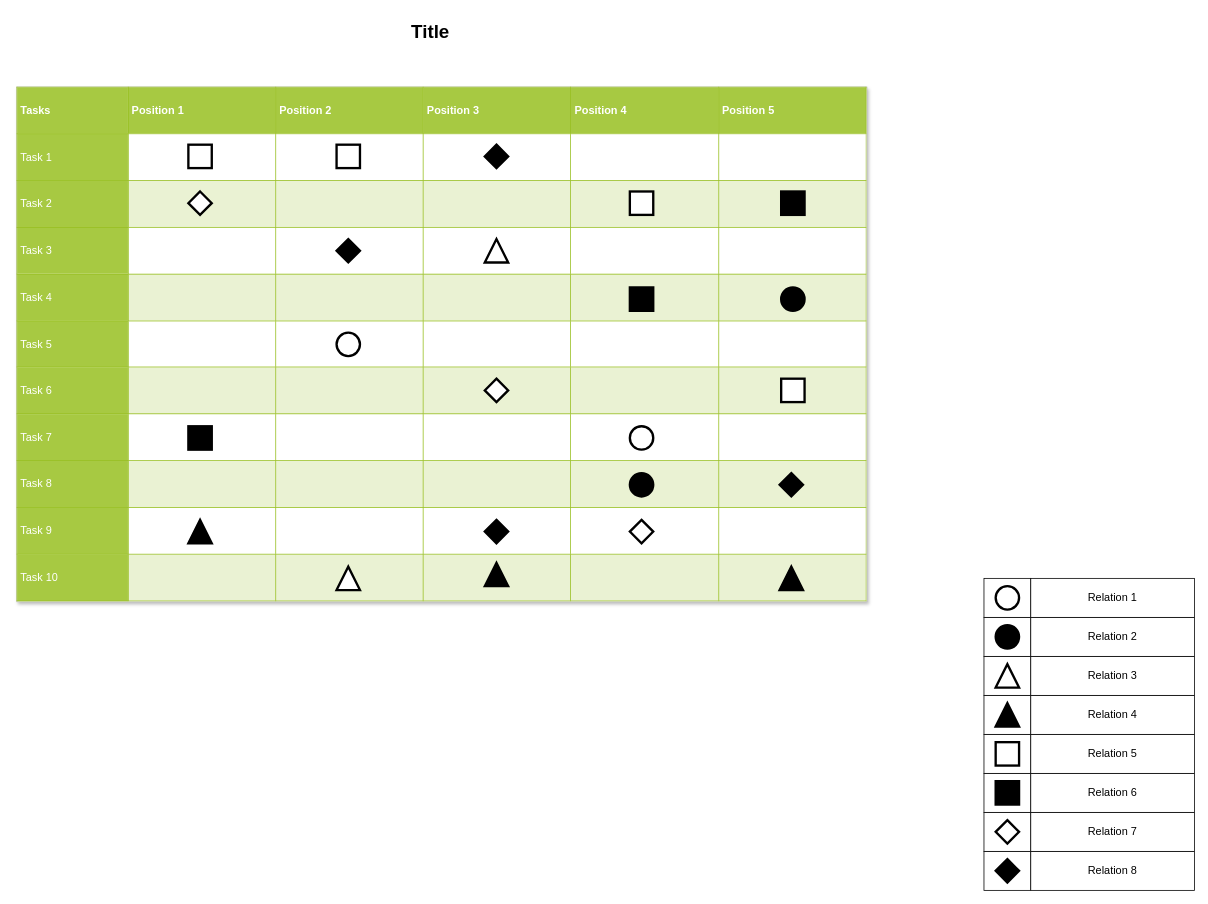
This is redis VS memcache.drawio from wallcwr/xiaoliangbianchenghui, a draw.io file, before an edit. Source tidied: cells renumbered, new cells numbered last; positions are measured from the earlier drawing's top-left corner, leaving out a move shared by most shapes. Both pictures are drawn from the tidied source at 78%, with x=0, y=0 at pixel (16, 16).
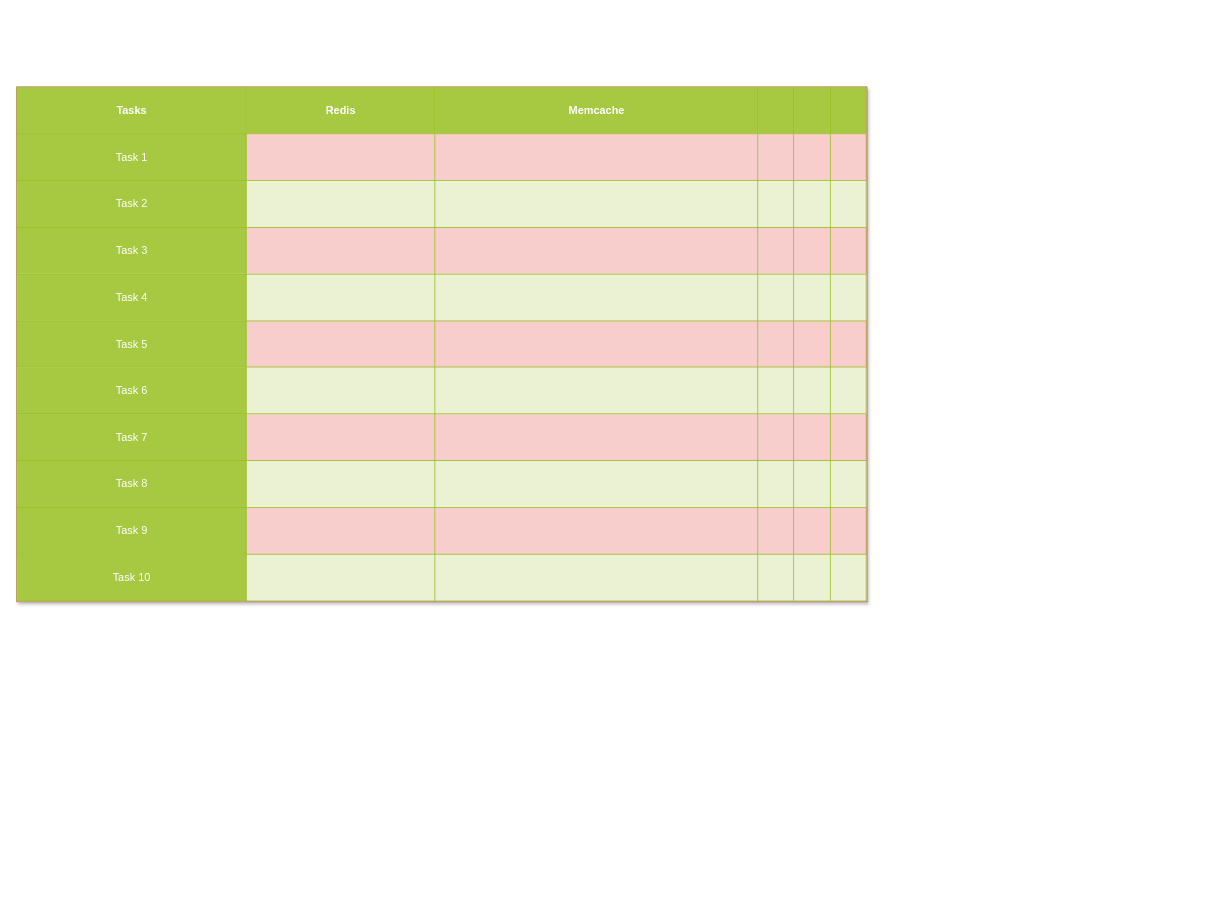
The same page after the edit.

Change to the diagram source:
```diff
@@
-    <mxCell id="2" style="whiteSpace=wrap;html=1;rounded=0;shadow=0;strokeWidth=1;fontSize=14;" parent="1" vertex="1">
-      <mxGeometry x="1240" y="1070" width="60" height="50" as="geometry" />
-    </mxCell>
-    <mxCell id="3" value="Relation 8" style="whiteSpace=wrap;html=1;rounded=0;shadow=0;strokeWidth=1;fontSize=14;" parent="1" vertex="1">
-      <mxGeometry x="1300" y="1070" width="210" height="50" as="geometry" />
-    </mxCell>
-    <mxCell id="4" style="rhombus;whiteSpace=wrap;html=1;rounded=0;shadow=0;strokeWidth=3;fillColor=#000000;fontSize=14;" parent="1" vertex="1">
-      <mxGeometry x="1255" y="1080" width="30" height="30" as="geometry" />
-    </mxCell>
-    <mxCell id="5" style="whiteSpace=wrap;html=1;rounded=0;shadow=0;strokeWidth=1;fontSize=14;" parent="1" vertex="1">
-      <mxGeometry x="1240" y="1020" width="60" height="50" as="geometry" />
-    </mxCell>
-    <mxCell id="6" value="Relation 7" style="whiteSpace=wrap;html=1;rounded=0;shadow=0;strokeWidth=1;fontSize=14;" parent="1" vertex="1">
-      <mxGeometry x="1300" y="1020" width="210" height="50" as="geometry" />
-    </mxCell>
-    <mxCell id="7" style="whiteSpace=wrap;html=1;rounded=0;shadow=0;strokeWidth=1;fontSize=14;" parent="1" vertex="1">
-      <mxGeometry x="1240" y="970" width="60" height="50" as="geometry" />
-    </mxCell>
-    <mxCell id="8" value="Relation 6" style="whiteSpace=wrap;html=1;rounded=0;shadow=0;strokeWidth=1;fontSize=14;" parent="1" vertex="1">
-      <mxGeometry x="1300" y="970" width="210" height="50" as="geometry" />
-    </mxCell>
-    <mxCell id="9" style="whiteSpace=wrap;html=1;rounded=0;shadow=0;strokeWidth=1;fontSize=14;" parent="1" vertex="1">
-      <mxGeometry x="1240" y="920" width="60" height="50" as="geometry" />
-    </mxCell>
-    <mxCell id="10" value="Relation 5" style="whiteSpace=wrap;html=1;rounded=0;shadow=0;strokeWidth=1;fontSize=14;" parent="1" vertex="1">
-      <mxGeometry x="1300" y="920" width="210" height="50" as="geometry" />
-    </mxCell>
-    <mxCell id="11" style="whiteSpace=wrap;html=1;rounded=0;shadow=0;strokeWidth=1;fontSize=14;" parent="1" vertex="1">
-      <mxGeometry x="1240" y="870" width="60" height="50" as="geometry" />
-    </mxCell>
-    <mxCell id="12" value="Relation 4" style="whiteSpace=wrap;html=1;rounded=0;shadow=0;strokeWidth=1;fontSize=14;" parent="1" vertex="1">
-      <mxGeometry x="1300" y="870" width="210" height="50" as="geometry" />
-    </mxCell>
-    <mxCell id="13" style="whiteSpace=wrap;html=1;rounded=0;shadow=0;strokeWidth=1;fontSize=14;" parent="1" vertex="1">
-      <mxGeometry x="1240" y="820" width="60" height="50" as="geometry" />
-    </mxCell>
-    <mxCell id="14" value="Relation 3" style="whiteSpace=wrap;html=1;rounded=0;shadow=0;strokeWidth=1;fontSize=14;" parent="1" vertex="1">
-      <mxGeometry x="1300" y="820" width="210" height="50" as="geometry" />
-    </mxCell>
-    <mxCell id="15" style="whiteSpace=wrap;html=1;rounded=0;shadow=0;strokeWidth=1;fontSize=14;" parent="1" vertex="1">
-      <mxGeometry x="1240" y="770" width="60" height="50" as="geometry" />
-    </mxCell>
-    <mxCell id="16" value="Relation 2" style="whiteSpace=wrap;html=1;rounded=0;shadow=0;strokeWidth=1;fontSize=14;" parent="1" vertex="1">
-      <mxGeometry x="1300" y="770" width="210" height="50" as="geometry" />
-    </mxCell>
-    <mxCell id="17" style="whiteSpace=wrap;html=1;rounded=0;shadow=0;strokeWidth=1;fontSize=14;" parent="1" vertex="1">
-      <mxGeometry x="1240" y="720" width="60" height="50" as="geometry" />
-    </mxCell>
-    <mxCell id="18" value="Relation 1" style="whiteSpace=wrap;html=1;rounded=0;shadow=0;strokeWidth=1;fontSize=14;" parent="1" vertex="1">
-      <mxGeometry x="1300" y="720" width="210" height="50" as="geometry" />
-    </mxCell>
-    <mxCell id="19" value="&lt;table border=&quot;1&quot; width=&quot;100%&quot; cellpadding=&quot;4&quot; style=&quot;width: 100% ; height: 100% ; border-collapse: collapse&quot;&gt;&lt;tbody&gt;&lt;tr style=&quot;background-color: #a7c942 ; color: #ffffff ; border: 1px solid #98bf21&quot;&gt;&lt;th&gt;Tasks&lt;/th&gt;&lt;th&gt;Position 1&lt;/th&gt;&lt;th&gt;Position 2&lt;/th&gt;&lt;th&gt;Position 3&lt;/th&gt;&lt;th&gt;Position 4&lt;/th&gt;&lt;th&gt;Position 5&lt;/th&gt;&lt;/tr&gt;&lt;tr style=&quot;border: 1px solid #98bf21&quot;&gt;&lt;td style=&quot;background-color: #a7c942 ; color: #ffffff ; border: 1px solid #98bf21&quot;&gt;Task 1&lt;/td&gt;&lt;td&gt;&lt;/td&gt;&lt;td&gt;&lt;/td&gt;&lt;td&gt;&lt;br&gt;&lt;/td&gt;&lt;td&gt;&lt;br&gt;&lt;/td&gt;&lt;td&gt;&lt;br&gt;&lt;/td&gt;&lt;/tr&gt;&lt;tr style=&quot;background-color: #eaf2d3 ; border: 1px solid #98bf21&quot;&gt;&lt;td style=&quot;background-color: #a7c942 ; color: #ffffff ; border: 1px solid #98bf21&quot;&gt;Task 2&lt;/td&gt;&lt;td&gt;&lt;/td&gt;&lt;td&gt;&lt;/td&gt;&lt;td&gt;&lt;br&gt;&lt;/td&gt;&lt;td&gt;&lt;br&gt;&lt;/td&gt;&lt;td&gt;&lt;br&gt;&lt;/td&gt;&lt;/tr&gt;&lt;tr style=&quot;border: 1px solid #98bf21&quot;&gt;&lt;td style=&quot;background-color: #a7c942 ; color: #ffffff ; border: 1px solid #98bf21&quot;&gt;Task 3&lt;/td&gt;&lt;td&gt;&lt;/td&gt;&lt;td&gt;&lt;/td&gt;&lt;td&gt;&lt;br&gt;&lt;/td&gt;&lt;td&gt;&lt;br&gt;&lt;/td&gt;&lt;td&gt;&lt;br&gt;&lt;/td&gt;&lt;/tr&gt;&lt;tr style=&quot;background-color: #eaf2d3 ; border: 1px solid #98bf21&quot;&gt;&lt;td style=&quot;background-color: #a7c942 ; color: #ffffff ; border: 1px solid #98bf21&quot;&gt;Task 4&lt;/td&gt;&lt;td&gt;&lt;/td&gt;&lt;td&gt;&lt;/td&gt;&lt;td&gt;&lt;br&gt;&lt;/td&gt;&lt;td&gt;&lt;br&gt;&lt;/td&gt;&lt;td&gt;&lt;br&gt;&lt;/td&gt;&lt;/tr&gt;&lt;tr style=&quot;border: 1px solid #98bf21&quot;&gt;&lt;td style=&quot;background-color: #a7c942 ; color: #ffffff ; border: 1px solid #98bf21&quot;&gt;Task 5&lt;br&gt;&lt;/td&gt;&lt;td&gt;&lt;br&gt;&lt;/td&gt;&lt;td&gt;&lt;br&gt;&lt;/td&gt;&lt;td&gt;&lt;br&gt;&lt;/td&gt;&lt;td&gt;&lt;br&gt;&lt;/td&gt;&lt;td&gt;&lt;br&gt;&lt;/td&gt;&lt;/tr&gt;&lt;tr style=&quot;background-color: #eaf2d3 ; border: 1px solid #98bf21&quot;&gt;&lt;td style=&quot;background-color: #a7c942 ; color: #ffffff ; border: 1px solid #98bf21&quot;&gt;Task 6&lt;br&gt;&lt;/td&gt;&lt;td&gt;&lt;br&gt;&lt;/td&gt;&lt;td&gt;&lt;br&gt;&lt;/td&gt;&lt;td&gt;&lt;br&gt;&lt;/td&gt;&lt;td&gt;&lt;br&gt;&lt;/td&gt;&lt;td&gt;&lt;br&gt;&lt;/td&gt;&lt;/tr&gt;&lt;tr style=&quot;border: 1px solid #98bf21&quot;&gt;&lt;td style=&quot;background-color: #a7c942 ; color: #ffffff ; border: 1px solid #98bf21&quot;&gt;Task 7&lt;br&gt;&lt;/td&gt;&lt;td&gt;&lt;br&gt;&lt;/td&gt;&lt;td&gt;&lt;br&gt;&lt;/td&gt;&lt;td&gt;&lt;br&gt;&lt;/td&gt;&lt;td&gt;&lt;br&gt;&lt;/td&gt;&lt;td&gt;&lt;br&gt;&lt;/td&gt;&lt;/tr&gt;&lt;tr style=&quot;background-color: #eaf2d3 ; border: 1px solid #98bf21&quot;&gt;&lt;td style=&quot;background-color: #a7c942 ; color: #ffffff ; border: 1px solid #98bf21&quot;&gt;Task 8&lt;br&gt;&lt;/td&gt;&lt;td&gt;&lt;br&gt;&lt;/td&gt;&lt;td&gt;&lt;br&gt;&lt;/td&gt;&lt;td&gt;&lt;br&gt;&lt;/td&gt;&lt;td&gt;&lt;br&gt;&lt;/td&gt;&lt;td&gt;&lt;br&gt;&lt;/td&gt;&lt;/tr&gt;&lt;tr style=&quot;border: 1px solid #98bf21&quot;&gt;&lt;td style=&quot;background-color: #a7c942 ; color: #ffffff ; border: 1px solid #98bf21&quot;&gt;Task 9&lt;br&gt;&lt;/td&gt;&lt;td&gt;&lt;br&gt;&lt;/td&gt;&lt;td&gt;&lt;br&gt;&lt;/td&gt;&lt;td&gt;&lt;br&gt;&lt;/td&gt;&lt;td&gt;&lt;br&gt;&lt;/td&gt;&lt;td&gt;&lt;br&gt;&lt;/td&gt;&lt;/tr&gt;&lt;tr style=&quot;background-color: #eaf2d3 ; border: 1px solid #98bf21&quot;&gt;&lt;td style=&quot;background-color: #a7c942 ; color: #ffffff ; border: 1px solid #98bf21&quot;&gt;Task 10&lt;br&gt;&lt;/td&gt;&lt;td&gt;&lt;br&gt;&lt;/td&gt;&lt;td&gt;&lt;br&gt;&lt;/td&gt;&lt;td&gt;&lt;br&gt;&lt;/td&gt;&lt;td&gt;&lt;br&gt;&lt;/td&gt;&lt;td&gt;&lt;br&gt;&lt;/td&gt;&lt;/tr&gt;&lt;/tbody&gt;&lt;/table&gt;" style="text;html=1;strokeColor=#c0c0c0;fillColor=#ffffff;overflow=fill;rounded=0;shadow=1;fontSize=14;fontColor=#000000;" parent="1" vertex="1">
+    <mxCell id="19" value="&lt;table border=&quot;1&quot; width=&quot;100%&quot; cellpadding=&quot;4&quot; style=&quot;width: 100% ; height: 100% ; border-collapse: collapse&quot;&gt;&lt;tbody&gt;&lt;tr style=&quot;background-color: #a7c942 ; color: #ffffff ; border: 1px solid #98bf21&quot;&gt;&lt;th&gt;Tasks&lt;/th&gt;&lt;th&gt;Redis&lt;/th&gt;&lt;th&gt;Memcache&lt;/th&gt;&lt;th&gt;&lt;br&gt;&lt;/th&gt;&lt;th&gt;&lt;br&gt;&lt;/th&gt;&lt;th&gt;&lt;/th&gt;&lt;/tr&gt;&lt;tr style=&quot;border: 1px solid #98bf21&quot;&gt;&lt;td style=&quot;background-color: #a7c942 ; color: #ffffff ; border: 1px solid #98bf21&quot;&gt;Task 1&lt;/td&gt;&lt;td&gt;&lt;/td&gt;&lt;td&gt;&lt;/td&gt;&lt;td&gt;&lt;br&gt;&lt;/td&gt;&lt;td&gt;&lt;br&gt;&lt;/td&gt;&lt;td&gt;&lt;br&gt;&lt;/td&gt;&lt;/tr&gt;&lt;tr style=&quot;background-color: #eaf2d3 ; border: 1px solid #98bf21&quot;&gt;&lt;td style=&quot;background-color: #a7c942 ; color: #ffffff ; border: 1px solid #98bf21&quot;&gt;Task 2&lt;/td&gt;&lt;td&gt;&lt;/td&gt;&lt;td&gt;&lt;/td&gt;&lt;td&gt;&lt;br&gt;&lt;/td&gt;&lt;td&gt;&lt;br&gt;&lt;/td&gt;&lt;td&gt;&lt;br&gt;&lt;/td&gt;&lt;/tr&gt;&lt;tr style=&quot;border: 1px solid #98bf21&quot;&gt;&lt;td style=&quot;background-color: #a7c942 ; color: #ffffff ; border: 1px solid #98bf21&quot;&gt;Task 3&lt;/td&gt;&lt;td&gt;&lt;/td&gt;&lt;td&gt;&lt;/td&gt;&lt;td&gt;&lt;br&gt;&lt;/td&gt;&lt;td&gt;&lt;br&gt;&lt;/td&gt;&lt;td&gt;&lt;br&gt;&lt;/td&gt;&lt;/tr&gt;&lt;tr style=&quot;background-color: #eaf2d3 ; border: 1px solid #98bf21&quot;&gt;&lt;td style=&quot;background-color: #a7c942 ; color: #ffffff ; border: 1px solid #98bf21&quot;&gt;Task 4&lt;/td&gt;&lt;td&gt;&lt;/td&gt;&lt;td&gt;&lt;/td&gt;&lt;td&gt;&lt;br&gt;&lt;/td&gt;&lt;td&gt;&lt;br&gt;&lt;/td&gt;&lt;td&gt;&lt;br&gt;&lt;/td&gt;&lt;/tr&gt;&lt;tr style=&quot;border: 1px solid #98bf21&quot;&gt;&lt;td style=&quot;background-color: #a7c942 ; color: #ffffff ; border: 1px solid #98bf21&quot;&gt;Task 5&lt;br&gt;&lt;/td&gt;&lt;td&gt;&lt;br&gt;&lt;/td&gt;&lt;td&gt;&lt;br&gt;&lt;/td&gt;&lt;td&gt;&lt;br&gt;&lt;/td&gt;&lt;td&gt;&lt;br&gt;&lt;/td&gt;&lt;td&gt;&lt;br&gt;&lt;/td&gt;&lt;/tr&gt;&lt;tr style=&quot;background-color: #eaf2d3 ; border: 1px solid #98bf21&quot;&gt;&lt;td style=&quot;background-color: #a7c942 ; color: #ffffff ; border: 1px solid #98bf21&quot;&gt;Task 6&lt;br&gt;&lt;/td&gt;&lt;td&gt;&lt;br&gt;&lt;/td&gt;&lt;td&gt;&lt;br&gt;&lt;/td&gt;&lt;td&gt;&lt;br&gt;&lt;/td&gt;&lt;td&gt;&lt;br&gt;&lt;/td&gt;&lt;td&gt;&lt;br&gt;&lt;/td&gt;&lt;/tr&gt;&lt;tr style=&quot;border: 1px solid #98bf21&quot;&gt;&lt;td style=&quot;background-color: #a7c942 ; color: #ffffff ; border: 1px solid #98bf21&quot;&gt;Task 7&lt;br&gt;&lt;/td&gt;&lt;td&gt;&lt;br&gt;&lt;/td&gt;&lt;td&gt;&lt;br&gt;&lt;/td&gt;&lt;td&gt;&lt;br&gt;&lt;/td&gt;&lt;td&gt;&lt;br&gt;&lt;/td&gt;&lt;td&gt;&lt;br&gt;&lt;/td&gt;&lt;/tr&gt;&lt;tr style=&quot;background-color: #eaf2d3 ; border: 1px solid #98bf21&quot;&gt;&lt;td style=&quot;background-color: #a7c942 ; color: #ffffff ; border: 1px solid #98bf21&quot;&gt;Task 8&lt;br&gt;&lt;/td&gt;&lt;td&gt;&lt;br&gt;&lt;/td&gt;&lt;td&gt;&lt;br&gt;&lt;/td&gt;&lt;td&gt;&lt;br&gt;&lt;/td&gt;&lt;td&gt;&lt;br&gt;&lt;/td&gt;&lt;td&gt;&lt;br&gt;&lt;/td&gt;&lt;/tr&gt;&lt;tr style=&quot;border: 1px solid #98bf21&quot;&gt;&lt;td style=&quot;background-color: #a7c942 ; color: #ffffff ; border: 1px solid #98bf21&quot;&gt;Task 9&lt;br&gt;&lt;/td&gt;&lt;td&gt;&lt;br&gt;&lt;/td&gt;&lt;td&gt;&lt;br&gt;&lt;/td&gt;&lt;td&gt;&lt;br&gt;&lt;/td&gt;&lt;td&gt;&lt;br&gt;&lt;/td&gt;&lt;td&gt;&lt;br&gt;&lt;/td&gt;&lt;/tr&gt;&lt;tr style=&quot;background-color: #eaf2d3 ; border: 1px solid #98bf21&quot;&gt;&lt;td style=&quot;background-color: #a7c942 ; color: #ffffff ; border: 1px solid #98bf21&quot;&gt;Task 10&lt;br&gt;&lt;/td&gt;&lt;td&gt;&lt;br&gt;&lt;/td&gt;&lt;td&gt;&lt;br&gt;&lt;/td&gt;&lt;td&gt;&lt;br&gt;&lt;/td&gt;&lt;td&gt;&lt;br&gt;&lt;/td&gt;&lt;td&gt;&lt;br&gt;&lt;/td&gt;&lt;/tr&gt;&lt;/tbody&gt;&lt;/table&gt;" style="text;html=1;strokeColor=#b85450;fillColor=#f8cecc;overflow=fill;rounded=0;shadow=1;fontSize=14;align=center;" parent="1" vertex="1">
       <mxGeometry y="90" width="1090" height="660" as="geometry" />
     </mxCell>
-    <mxCell id="20" value="Title" style="text;strokeColor=none;fillColor=none;html=1;fontSize=24;fontStyle=1;verticalAlign=middle;align=center;rounded=0;shadow=1;" parent="1" vertex="1">
-      <mxGeometry x="140" width="780" height="40" as="geometry" />
-    </mxCell>
-    <mxCell id="21" style="ellipse;whiteSpace=wrap;html=1;rounded=0;shadow=0;strokeWidth=3;fontSize=14;" parent="1" vertex="1">
-      <mxGeometry x="1255" y="730" width="30" height="30" as="geometry" />
-    </mxCell>
-    <mxCell id="22" style="ellipse;whiteSpace=wrap;html=1;rounded=0;shadow=0;strokeWidth=3;fontSize=14;fillColor=#000000;" parent="1" vertex="1">
-      <mxGeometry x="1255" y="780" width="30" height="30" as="geometry" />
-    </mxCell>
-    <mxCell id="23" style="triangle;whiteSpace=wrap;html=1;rounded=0;shadow=0;strokeWidth=3;fillColor=#000000;fontSize=14;direction=north;" parent="1" vertex="1">
-      <mxGeometry x="1255" y="880" width="30" height="30" as="geometry" />
-    </mxCell>
-    <mxCell id="24" style="triangle;whiteSpace=wrap;html=1;rounded=0;shadow=0;strokeWidth=3;fontSize=14;direction=north;" parent="1" vertex="1">
-      <mxGeometry x="1255" y="830" width="30" height="30" as="geometry" />
-    </mxCell>
-    <mxCell id="25" style="whiteSpace=wrap;html=1;rounded=0;shadow=0;strokeWidth=3;fontSize=14;" parent="1" vertex="1">
-      <mxGeometry x="1255" y="930" width="30" height="30" as="geometry" />
-    </mxCell>
-    <mxCell id="26" style="whiteSpace=wrap;html=1;rounded=0;shadow=0;strokeWidth=3;fillColor=#000000;fontSize=14;" parent="1" vertex="1">
-      <mxGeometry x="1255" y="980" width="30" height="30" as="geometry" />
-    </mxCell>
-    <mxCell id="27" style="rhombus;whiteSpace=wrap;html=1;rounded=0;shadow=0;strokeWidth=3;fontSize=14;" parent="1" vertex="1">
-      <mxGeometry x="1255" y="1030" width="30" height="30" as="geometry" />
-    </mxCell>
-    <mxCell id="28" style="ellipse;whiteSpace=wrap;html=1;rounded=0;shadow=0;strokeWidth=3;fontSize=14;" parent="1" vertex="1">
-      <mxGeometry x="786" y="525" width="30" height="30" as="geometry" />
-    </mxCell>
-    <mxCell id="29" style="ellipse;whiteSpace=wrap;html=1;rounded=0;shadow=0;strokeWidth=3;fontSize=14;" parent="1" vertex="1">
-      <mxGeometry x="410" y="405" width="30" height="30" as="geometry" />
-    </mxCell>
-    <mxCell id="30" style="ellipse;whiteSpace=wrap;html=1;rounded=0;shadow=0;strokeWidth=3;fontSize=14;fillColor=#000000;" parent="1" vertex="1">
-      <mxGeometry x="980" y="347" width="30" height="30" as="geometry" />
-    </mxCell>
-    <mxCell id="31" style="ellipse;whiteSpace=wrap;html=1;rounded=0;shadow=0;strokeWidth=3;fontSize=14;fillColor=#000000;" parent="1" vertex="1">
-      <mxGeometry x="786" y="585" width="30" height="30" as="geometry" />
-    </mxCell>
-    <mxCell id="32" style="triangle;whiteSpace=wrap;html=1;rounded=0;shadow=0;strokeWidth=3;fontSize=14;direction=north;" parent="1" vertex="1">
-      <mxGeometry x="410" y="705" width="30" height="30" as="geometry" />
-    </mxCell>
-    <mxCell id="33" style="triangle;whiteSpace=wrap;html=1;rounded=0;shadow=0;strokeWidth=3;fontSize=14;direction=north;" parent="1" vertex="1">
-      <mxGeometry x="600" y="285" width="30" height="30" as="geometry" />
-    </mxCell>
-    <mxCell id="34" style="triangle;whiteSpace=wrap;html=1;rounded=0;shadow=0;strokeWidth=3;fillColor=#000000;fontSize=14;direction=north;" parent="1" vertex="1">
-      <mxGeometry x="978" y="705" width="30" height="30" as="geometry" />
-    </mxCell>
-    <mxCell id="35" style="triangle;whiteSpace=wrap;html=1;rounded=0;shadow=0;strokeWidth=3;fillColor=#000000;fontSize=14;direction=north;" parent="1" vertex="1">
-      <mxGeometry x="600" y="700" width="30" height="30" as="geometry" />
-    </mxCell>
-    <mxCell id="36" style="triangle;whiteSpace=wrap;html=1;rounded=0;shadow=0;strokeWidth=3;fillColor=#000000;fontSize=14;direction=north;" parent="1" vertex="1">
-      <mxGeometry x="220" y="645" width="30" height="30" as="geometry" />
-    </mxCell>
-    <mxCell id="37" style="whiteSpace=wrap;html=1;rounded=0;shadow=0;strokeWidth=3;fontSize=14;" parent="1" vertex="1">
-      <mxGeometry x="220" y="164" width="30" height="30" as="geometry" />
-    </mxCell>
-    <mxCell id="38" style="whiteSpace=wrap;html=1;rounded=0;shadow=0;strokeWidth=3;fontSize=14;" parent="1" vertex="1">
-      <mxGeometry x="410" y="164" width="30" height="30" as="geometry" />
-    </mxCell>
-    <mxCell id="39" style="whiteSpace=wrap;html=1;rounded=0;shadow=0;strokeWidth=3;fontSize=14;" parent="1" vertex="1">
-      <mxGeometry x="786" y="224" width="30" height="30" as="geometry" />
-    </mxCell>
-    <mxCell id="40" style="whiteSpace=wrap;html=1;rounded=0;shadow=0;strokeWidth=3;fillColor=#ffffff;fontSize=14;" parent="1" vertex="1">
-      <mxGeometry x="980" y="464" width="30" height="30" as="geometry" />
-    </mxCell>
-    <mxCell id="41" style="whiteSpace=wrap;html=1;rounded=0;shadow=0;strokeWidth=3;fillColor=#000000;fontSize=14;" parent="1" vertex="1">
-      <mxGeometry x="220" y="525" width="30" height="30" as="geometry" />
-    </mxCell>
-    <mxCell id="42" style="whiteSpace=wrap;html=1;rounded=0;shadow=0;strokeWidth=3;fillColor=#000000;fontSize=14;" parent="1" vertex="1">
-      <mxGeometry x="786" y="347" width="30" height="30" as="geometry" />
-    </mxCell>
-    <mxCell id="43" style="whiteSpace=wrap;html=1;rounded=0;shadow=0;strokeWidth=3;fillColor=#000000;fontSize=14;" parent="1" vertex="1">
-      <mxGeometry x="980" y="224" width="30" height="30" as="geometry" />
-    </mxCell>
-    <mxCell id="44" style="rhombus;whiteSpace=wrap;html=1;rounded=0;shadow=0;strokeWidth=3;fontSize=14;" parent="1" vertex="1">
-      <mxGeometry x="600" y="464" width="30" height="30" as="geometry" />
-    </mxCell>
-    <mxCell id="45" style="rhombus;whiteSpace=wrap;html=1;rounded=0;shadow=0;strokeWidth=3;fontSize=14;" parent="1" vertex="1">
-      <mxGeometry x="220" y="224" width="30" height="30" as="geometry" />
-    </mxCell>
-    <mxCell id="46" style="rhombus;whiteSpace=wrap;html=1;rounded=0;shadow=0;strokeWidth=3;fontSize=14;" parent="1" vertex="1">
-      <mxGeometry x="786" y="645" width="30" height="30" as="geometry" />
-    </mxCell>
-    <mxCell id="47" style="rhombus;whiteSpace=wrap;html=1;rounded=0;shadow=0;strokeWidth=3;fillColor=#000000;fontSize=14;" parent="1" vertex="1">
-      <mxGeometry x="978" y="585" width="30" height="30" as="geometry" />
-    </mxCell>
-    <mxCell id="48" style="rhombus;whiteSpace=wrap;html=1;rounded=0;shadow=0;strokeWidth=3;fillColor=#000000;fontSize=14;" parent="1" vertex="1">
-      <mxGeometry x="410" y="285" width="30" height="30" as="geometry" />
-    </mxCell>
-    <mxCell id="49" style="rhombus;whiteSpace=wrap;html=1;rounded=0;shadow=0;strokeWidth=3;fillColor=#000000;fontSize=14;" parent="1" vertex="1">
-      <mxGeometry x="600" y="164" width="30" height="30" as="geometry" />
-    </mxCell>
-    <mxCell id="50" style="rhombus;whiteSpace=wrap;html=1;rounded=0;shadow=0;strokeWidth=3;fillColor=#000000;fontSize=14;" parent="1" vertex="1">
-      <mxGeometry x="600" y="645" width="30" height="30" as="geometry" />
-    </mxCell>
```
